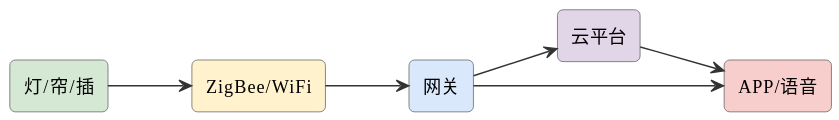
Earlier version of the PlantUML export assets/diagrams/ideas-fig127.svg (mingyi0818/IntelligentMcuCourse). Source of this version:
```plantuml
@startuml
skinparam defaultFontName "Microsoft YaHei"
skinparam rectangleRoundCorner 8
skinparam rectangleBorderColor #555
skinparam rectangleFontSize 13
skinparam arrowFontSize 11
skinparam arrowColor #333
left to right direction
rectangle "灯/帘/插" as dev #d5e8d4
rectangle "ZigBee/WiFi" as z #fff2cc
rectangle "网关" as gw #dae8fc
rectangle "云平台" as cloud #e1d5e8
rectangle "APP/语音" as app #f8cecc
dev --> z
z --> gw
gw --> cloud
cloud --> app
gw --> app
@enduml
```
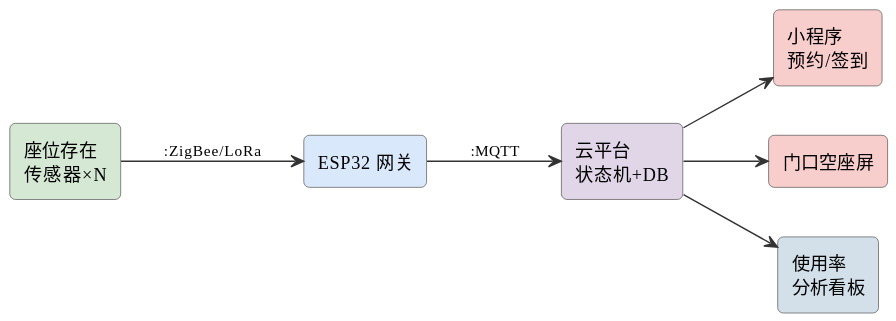
The same diagram one commit later.

The edit, as a diff of the source:
```diff
@@ -6,14 +6,15 @@
 skinparam arrowFontSize 11
 skinparam arrowColor #333
 left to right direction
-rectangle "灯/帘/插" as dev #d5e8d4
-rectangle "ZigBee/WiFi" as z #fff2cc
-rectangle "网关" as gw #dae8fc
-rectangle "云平台" as cloud #e1d5e8
-rectangle "APP/语音" as app #f8cecc
-dev --> z
-z --> gw
-gw --> cloud
-cloud --> app
-gw --> app
+rectangle "座位存在\n传感器×N" as seat #d5e8d4
+rectangle "ESP32 网关" as gw #dae8fc
+rectangle "云平台\n状态机+DB" as srv #e1d5e8
+rectangle "小程序\n预约/签到" as app #f8cecc
+rectangle "门口空座屏" as scr #f8cecc
+rectangle "使用率\n分析看板" as ana #d3e0ea
+seat --> gw : :ZigBee/LoRa
+gw --> srv : :MQTT
+srv --> app
+srv --> scr
+srv --> ana
 @enduml
```
